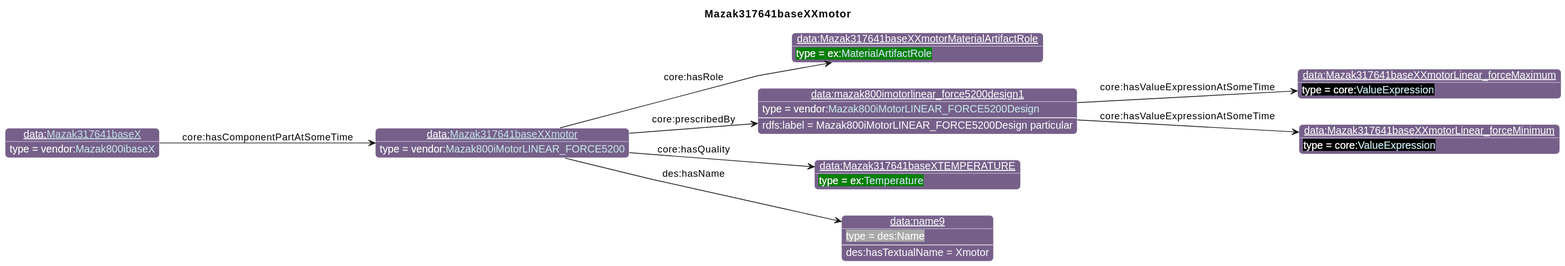
This is diagrams/Mazak317641baseXXmotor.svg from iofoundry/example-syseng-mtconnect, a PlantUML export, as it was before one commit.
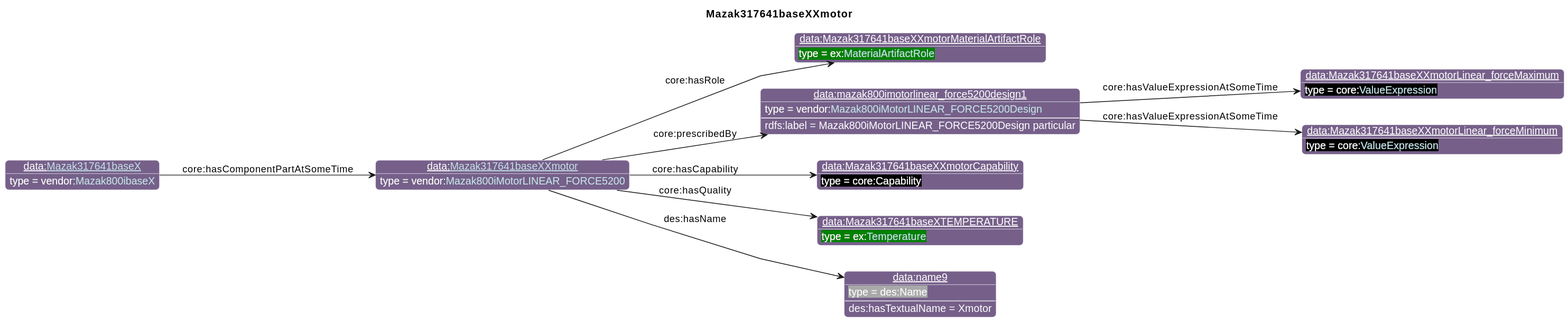
The same diagram one commit later.

What changed in the source:
```diff
@@ -30,16 +30,18 @@
 individual(o2, data:mazak800imotorlinear_force5200design1, vendor:[[../Mazak.html#Mazak800iMotorLINEAR_FORCE5200Design Mazak800iMotorLINEAR_FORCE5200Design]])
 individual(o3, data:Mazak317641baseXXmotorLinear_forceMaximum, core:[[https://spec.industrialontologies.org/ontology/core/Core/ValueExpression ValueExpression]])
 individual(o4, data:Mazak317641baseXXmotorLinear_forceMinimum, core:[[https://spec.industrialontologies.org/ontology/core/Core/ValueExpression ValueExpression]])
-individual(o5, data:Mazak317641baseXTEMPERATURE, ex:[[../Example.html#Temperature Temperature]])
-individual(o6, data:name9, des:Name)
-individual(o7, data:[[./Mazak317641baseX.html Mazak317641baseX]], vendor:[[../Mazak.html#Mazak800ibaseX Mazak800ibaseX]])
+individual(o5, data:Mazak317641baseXXmotorCapability, core:Capability)
+individual(o6, data:Mazak317641baseXTEMPERATURE, ex:[[../Example.html#Temperature Temperature]])
+individual(o7, data:name9, des:Name)
+individual(o8, data:[[./Mazak317641baseX.html Mazak317641baseX]], vendor:[[../Mazak.html#Mazak800ibaseX Mazak800ibaseX]])
 property(o0, "core:hasRole", o1)
 property(o0, "core:prescribedBy", o2)
 data(o2, "rdfs:label", "Mazak800iMotorLINEAR_FORCE5200Design particular")
 property(o2, "core:hasValueExpressionAtSomeTime", o3)
 property(o2, "core:hasValueExpressionAtSomeTime", o4)
-property(o0, "core:hasQuality", o5)
-property(o0, "des:hasName", o6)
-data(o6, "des:hasTextualName", "Xmotor")
-property(o7, "core:hasComponentPartAtSomeTime", o0)
+property(o0, "core:hasCapability", o5)
+property(o0, "core:hasQuality", o6)
+property(o0, "des:hasName", o7)
+data(o7, "des:hasTextualName", "Xmotor")
+property(o8, "core:hasComponentPartAtSomeTime", o0)
 @enduml
```
